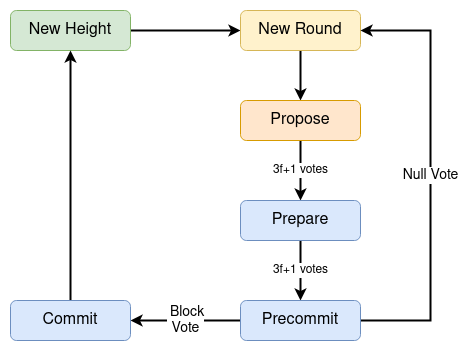
pactus-project/pactus.org keeps this draw.io diagram as docs/assets/images/zarb-consensus.png. Above is the earlier version. Source tidied: cells renumbered, new cells last; positions are measured from the earlier drawing's top-left corner, leaving out a move shared by most shapes.
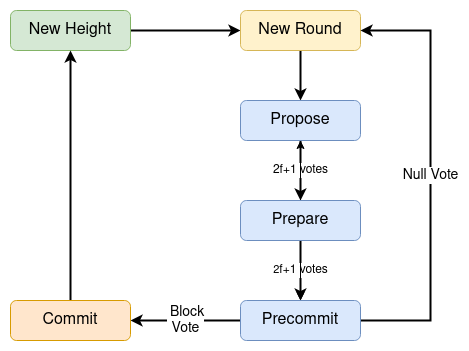
The same diagram one commit later.

Commit message:
Update zarb-consensus image

Diff of the diagram source:
```diff
@@ -14,15 +14,21 @@
     <mxCell id="5" value="&lt;font style=&quot;font-size: 16px&quot;&gt;New Round&lt;/font&gt;" style="rounded=1;whiteSpace=wrap;html=1;fillColor=#fff2cc;strokeColor=#d6b656;" parent="1" vertex="1">
       <mxGeometry x="230" width="120" height="40" as="geometry" />
     </mxCell>
-    <mxCell id="6" value="&lt;font style=&quot;font-size: 12px&quot;&gt;3f+1 votes&lt;/font&gt;" style="edgeStyle=orthogonalEdgeStyle;rounded=0;jettySize=auto;html=1;strokeWidth=2;" parent="1" edge="1" source="7" target="9">
+    <mxCell id="6" value="&lt;div&gt;&lt;font style=&quot;font-size: 12px&quot;&gt;2f+1 votes&lt;/font&gt;&lt;/div&gt;" style="edgeStyle=orthogonalEdgeStyle;rounded=0;jettySize=auto;html=1;strokeWidth=2;" parent="1" edge="1" source="7" target="9">
       <mxGeometry relative="1" as="geometry" />
     </mxCell>
-    <mxCell id="7" value="&lt;font style=&quot;font-size: 16px&quot;&gt;Propose&lt;br&gt;&lt;/font&gt;" style="rounded=1;whiteSpace=wrap;html=1;fillColor=#ffe6cc;strokeColor=#d79b00;" parent="1" vertex="1">
+    <mxCell id="7" value="&lt;font style=&quot;font-size: 16px&quot;&gt;Propose&lt;br&gt;&lt;/font&gt;" style="rounded=1;whiteSpace=wrap;html=1;fillColor=#dae8fc;strokeColor=#6c8ebf;" parent="1" vertex="1">
       <mxGeometry x="230" y="90" width="120" height="40" as="geometry" />
     </mxCell>
-    <mxCell id="8" value="&lt;font style=&quot;font-size: 12px&quot;&gt;3f+1 votes&lt;/font&gt;" style="edgeStyle=orthogonalEdgeStyle;rounded=0;jettySize=auto;html=1;strokeWidth=2;" parent="1" edge="1" source="9" target="12">
+    <mxCell id="8" value="2&lt;font style=&quot;font-size: 12px&quot;&gt;f+1 votes&lt;/font&gt;" style="edgeStyle=orthogonalEdgeStyle;rounded=0;jettySize=auto;html=1;strokeWidth=2;" parent="1" edge="1" source="9" target="12">
       <mxGeometry relative="1" as="geometry" />
     </mxCell>
+    <mxCell id="15" style="edgeStyle=orthogonalEdgeStyle;rounded=0;jettySize=auto;html=1;" parent="1" edge="1" source="9" target="7">
+      <mxGeometry relative="1" as="geometry" />
+    </mxCell>
+    <mxCell id="16" style="edgeStyle=orthogonalEdgeStyle;rounded=0;jettySize=auto;html=1;" parent="1" edge="1" source="9" target="12">
+      <mxGeometry relative="1" as="geometry" />
+    </mxCell>
     <mxCell id="9" value="&lt;font style=&quot;font-size: 16px&quot;&gt;Prepare&lt;/font&gt;" style="rounded=1;whiteSpace=wrap;html=1;fillColor=#dae8fc;strokeColor=#6c8ebf;" parent="1" vertex="1">
       <mxGeometry x="230" y="190" width="120" height="40" as="geometry" />
     </mxCell>
@@ -43,7 +49,7 @@
     <mxCell id="13" style="edgeStyle=orthogonalEdgeStyle;rounded=0;jettySize=auto;html=1;entryX=0.5;entryY=1;entryDx=0;entryDy=0;strokeWidth=2;exitX=0.5;exitY=0;exitDx=0;exitDy=0;" parent="1" edge="1" source="14" target="3">
       <mxGeometry relative="1" as="geometry" />
     </mxCell>
-    <mxCell id="14" value="&lt;div&gt;&lt;font style=&quot;font-size: 16px&quot;&gt;Commit&lt;/font&gt;&lt;/div&gt;" style="rounded=1;whiteSpace=wrap;html=1;fillColor=#dae8fc;strokeColor=#6c8ebf;" parent="1" vertex="1">
+    <mxCell id="14" value="&lt;div&gt;&lt;font style=&quot;font-size: 16px&quot;&gt;Commit&lt;/font&gt;&lt;/div&gt;" style="rounded=1;whiteSpace=wrap;html=1;fillColor=#ffe6cc;strokeColor=#d79b00;" parent="1" vertex="1">
       <mxGeometry y="290" width="120" height="40" as="geometry" />
     </mxCell>
   </root>
```
